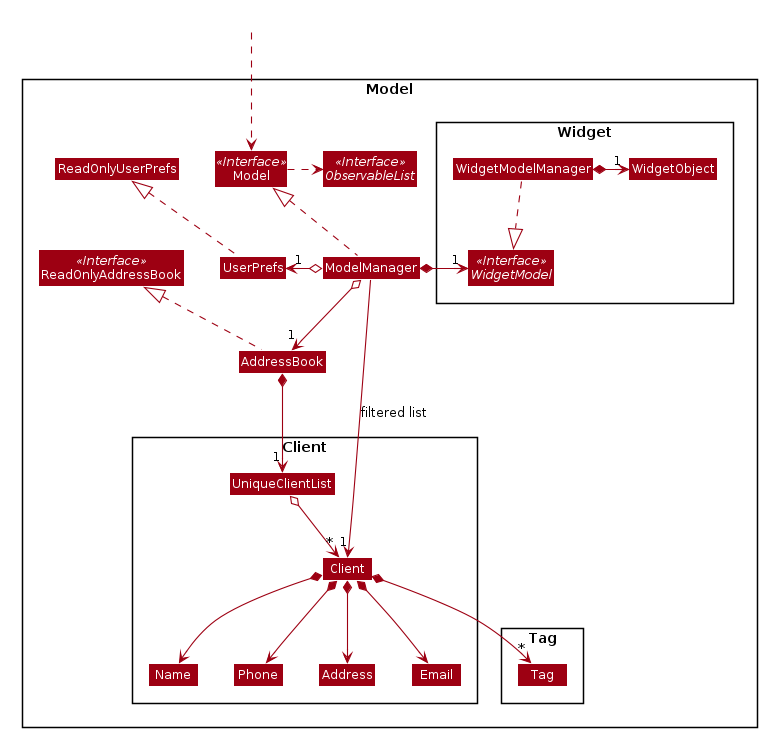
Earlier version of the PlantUML export docs/images/ModelClassDiagram.png (tankangliang/tp).
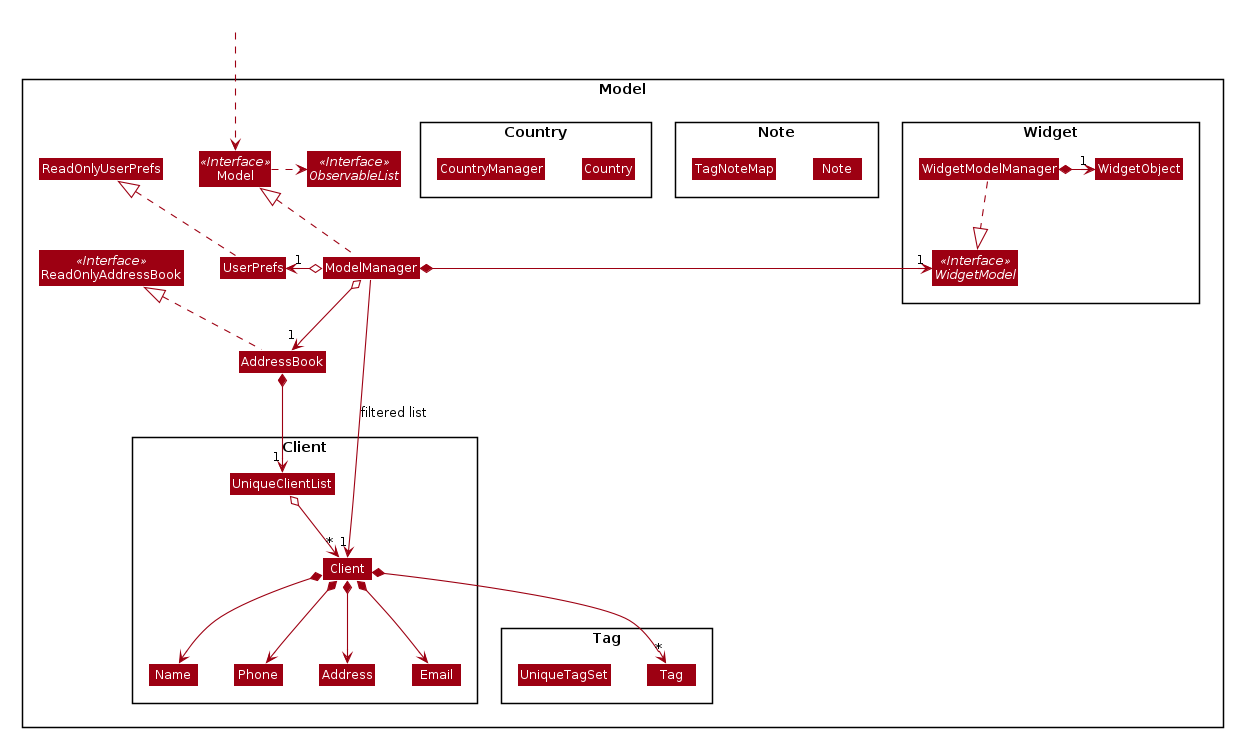
After the change.

Commit message:
Generate PNG images for PlantUML diagrams

The edit, as a diff of the source:
```diff
@@ -79,8 +79,20 @@
 
 Package Tag {
 Class Tag
+Class UniqueTagSet
+}
+
+Package Note {
+Class Note
+Class TagNoteMap
+}
+
+Package Country {
+Class Country
+Class CountryManager
 }
 }
+
 
 Class HiddenOutside #FFFFFF
 HiddenOutside ..> Model
```
